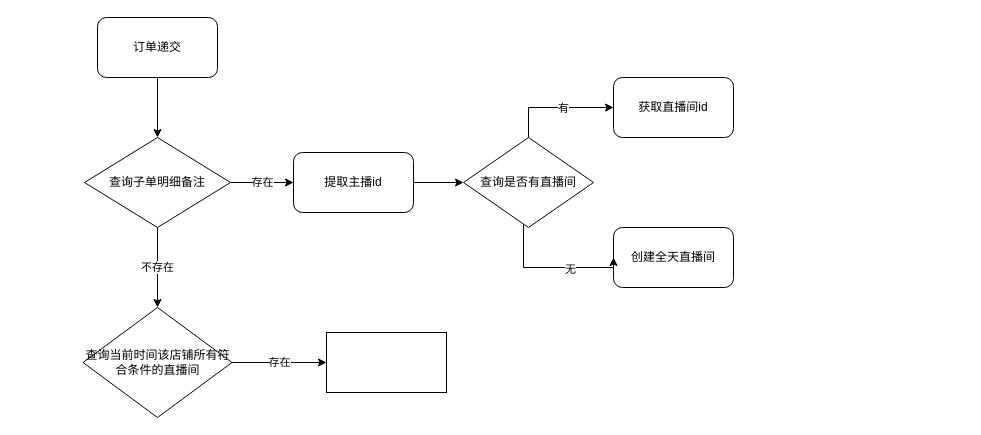
Earlier version of the draw.io diagram 直播绩效.drawio (letmesayok/MdPic). Source tidied: cells renumbered, new cells numbered last; positions are measured from the earlier drawing's top-left corner, leaving out a move shared by most shapes. Both pictures are drawn from the tidied source at 100%, with x=0, y=0 at pixel (83, 17).
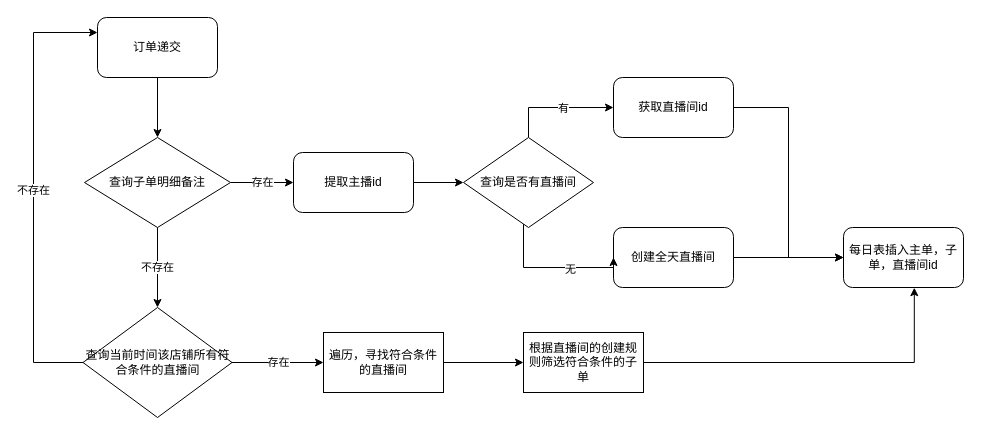
The same page after the edit.

Commit message (it also covers changes not shown here):
更新直播绩效.drawio

The change refers to these unchanged cells:
```xml
<mxCell id="3" value="订单递交" style="rounded=1;whiteSpace=wrap;html=1;" parent="1" vertex="1">
  <mxGeometry x="14" width="120" height="60" as="geometry" />
</mxCell>
<mxCell id="9" value="获取直播间id" style="rounded=1;whiteSpace=wrap;html=1;" parent="1" vertex="1">
  <mxGeometry x="530" y="60" width="120" height="60" as="geometry" />
</mxCell>
<mxCell id="10" value="创建全天直播间" style="rounded=1;whiteSpace=wrap;html=1;" parent="1" vertex="1">
  <mxGeometry x="530" y="210" width="120" height="60" as="geometry" />
</mxCell>
<mxCell id="17" value="查询当前时间该店铺所有符合条件的直播间" style="rhombus;whiteSpace=wrap;html=1;" parent="1" vertex="1">
  <mxGeometry x="-0.5" y="290" width="149" height="110" as="geometry" />
</mxCell>
```

Diff of the diagram source:
```diff
@@
+    <mxCell id="19" style="edgeStyle=orthogonalEdgeStyle;rounded=0;jettySize=auto;html=1;entryX=0;entryY=0.5;entryDx=0;entryDy=0;" parent="1" edge="1" source="9" target="23">
+      <mxGeometry relative="1" as="geometry" />
+    </mxCell>
@@
+    <mxCell id="20" style="edgeStyle=orthogonalEdgeStyle;rounded=0;jettySize=auto;html=1;entryX=0;entryY=0.5;entryDx=0;entryDy=0;" parent="1" edge="1" source="10" target="23">
+      <mxGeometry relative="1" as="geometry" />
+    </mxCell>
@@
+    <mxCell id="21" value="不存在" style="edgeStyle=orthogonalEdgeStyle;rounded=0;jettySize=auto;html=1;entryX=0;entryY=0.25;entryDx=0;entryDy=0;" parent="1" edge="1" source="17" target="3">
+      <mxGeometry relative="1" as="geometry">
+        <Array as="points">
+          <mxPoint x="-50" y="345" />
+          <mxPoint x="-50" y="15" />
+        </Array>
+      </mxGeometry>
+    </mxCell>
@@
+    <mxCell id="22" style="edgeStyle=orthogonalEdgeStyle;rounded=0;jettySize=auto;html=1;" parent="1" edge="1" source="18" target="25">
+      <mxGeometry relative="1" as="geometry" />
+    </mxCell>
-    <mxCell id="18" style="whiteSpace=wrap;html=1;" parent="1" vertex="1">
-      <mxGeometry x="243" y="315" width="120" height="60" as="geometry" />
+    <mxCell id="18" value="遍历，寻找符合条件的直播间" style="whiteSpace=wrap;html=1;" parent="1" vertex="1">
+      <mxGeometry x="240" y="315" width="120" height="60" as="geometry" />
     </mxCell>
+    <mxCell id="23" value="每日表插入主单，子单，直播间id" style="rounded=1;whiteSpace=wrap;html=1;" parent="1" vertex="1">
+      <mxGeometry x="760" y="210" width="120" height="60" as="geometry" />
+    </mxCell>
+    <mxCell id="24" style="edgeStyle=orthogonalEdgeStyle;rounded=0;jettySize=auto;html=1;entryX=0.59;entryY=1.003;entryDx=0;entryDy=0;entryPerimeter=0;" parent="1" edge="1" source="25" target="23">
+      <mxGeometry relative="1" as="geometry" />
+    </mxCell>
+    <mxCell id="25" value="根据直播间的创建规则筛选符合条件的子单" style="whiteSpace=wrap;html=1;" parent="1" vertex="1">
+      <mxGeometry x="440" y="315" width="120" height="60" as="geometry" />
+    </mxCell>
```
